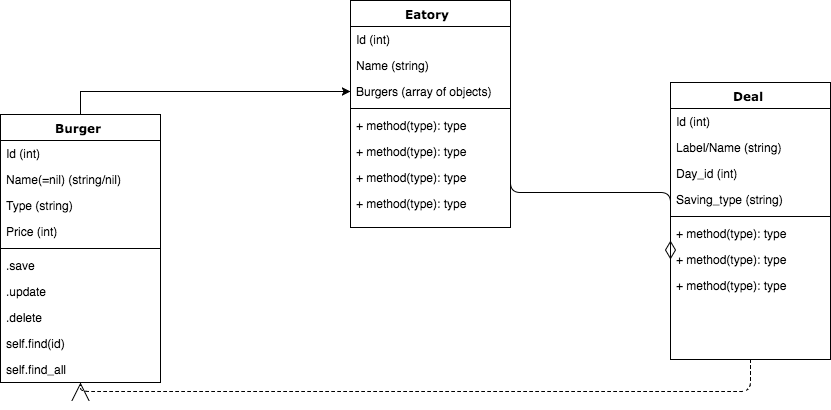
Earlier version of the draw.io export planning/class_diagram_burger_deals.png (dinhosang/cc_project_1_burger_deals). Source tidied: cells renumbered, new cells last; positions are measured from the earlier drawing's top-left corner, leaving out a move shared by most shapes. The source it was exported from:
```xml
<mxGraphModel background="#ffffff">
  <root>
    <mxCell id="0" />
    <mxCell id="1" parent="0" />
    <mxCell id="2" value="Eatory" style="swimlane;html=1;fontStyle=1;align=center;verticalAlign=top;horizontal=1;startSize=26;swimlaneFillColor=#ffffff;rounded=0;shadow=0;comic=0;labelBackgroundColor=none;strokeColor=#000000;strokeWidth=1;fillColor=none;fontFamily=Verdana;fontSize=12;fontColor=#000000;" parent="1" vertex="1">
      <mxGeometry x="350" width="160" height="227" as="geometry" />
    </mxCell>
    <mxCell id="3" value="Id (int)" style="text;html=1;strokeColor=none;fillColor=none;align=left;verticalAlign=top;spacingLeft=4;spacingRight=4;whiteSpace=wrap;overflow=hidden;" parent="2" vertex="1">
      <mxGeometry y="26" width="160" height="26" as="geometry" />
    </mxCell>
    <mxCell id="4" value="Name (string)" style="text;html=1;strokeColor=none;fillColor=none;align=left;verticalAlign=top;spacingLeft=4;spacingRight=4;whiteSpace=wrap;overflow=hidden;" parent="2" vertex="1">
      <mxGeometry y="52" width="160" height="26" as="geometry" />
    </mxCell>
    <mxCell id="5" value="Burgers (array of objects)" style="text;html=1;strokeColor=none;fillColor=none;align=left;verticalAlign=top;spacingLeft=4;spacingRight=4;whiteSpace=wrap;overflow=hidden;points=[[0,0.5],[1,0.5]];portConstraint=eastwest;" parent="2" vertex="1">
      <mxGeometry y="78" width="160" height="26" as="geometry" />
    </mxCell>
    <mxCell id="6" style="line;html=1;strokeWidth=1;fillColor=none;align=left;verticalAlign=middle;spacingTop=-1;spacingLeft=3;spacingRight=3;labelPosition=right;" parent="2" vertex="1">
      <mxGeometry y="104" width="160" height="8" as="geometry" />
    </mxCell>
    <mxCell id="7" value="+ method(type): type" style="text;html=1;strokeColor=none;fillColor=none;align=left;verticalAlign=top;spacingLeft=4;spacingRight=4;whiteSpace=wrap;overflow=hidden;points=[[0,0.5],[1,0.5]];portConstraint=eastwest;" parent="2" vertex="1">
      <mxGeometry y="112" width="160" height="26" as="geometry" />
    </mxCell>
    <mxCell id="8" value="+ method(type): type" style="text;html=1;strokeColor=none;fillColor=none;align=left;verticalAlign=top;spacingLeft=4;spacingRight=4;whiteSpace=wrap;overflow=hidden;" parent="2" vertex="1">
      <mxGeometry y="138" width="160" height="26" as="geometry" />
    </mxCell>
    <mxCell id="9" value="+ method(type): type" style="text;html=1;strokeColor=none;fillColor=none;align=left;verticalAlign=top;spacingLeft=4;spacingRight=4;whiteSpace=wrap;overflow=hidden;" parent="2" vertex="1">
      <mxGeometry y="164" width="160" height="26" as="geometry" />
    </mxCell>
    <mxCell id="10" value="+ method(type): type" style="text;html=1;strokeColor=none;fillColor=none;align=left;verticalAlign=top;spacingLeft=4;spacingRight=4;whiteSpace=wrap;overflow=hidden;" parent="2" vertex="1">
      <mxGeometry y="190" width="160" height="26" as="geometry" />
    </mxCell>
    <mxCell id="11" style="edgeStyle=elbowEdgeStyle;html=1;labelBackgroundColor=none;startFill=0;startSize=8;endArrow=open;endFill=0;endSize=16;fontFamily=Verdana;fontSize=12;elbow=vertical;dashed=1;" parent="1" edge="1" source="12" target="22">
      <mxGeometry relative="1" as="geometry">
        <Array as="points">
          <mxPoint x="580" y="391" />
        </Array>
      </mxGeometry>
    </mxCell>
    <mxCell id="12" value="Deal" style="swimlane;html=1;fontStyle=1;align=center;verticalAlign=top;horizontal=1;startSize=26;swimlaneFillColor=#ffffff;rounded=0;shadow=0;comic=0;labelBackgroundColor=none;strokeColor=#000000;strokeWidth=1;fillColor=none;fontFamily=Verdana;fontSize=12;fontColor=#000000;" parent="1" vertex="1">
      <mxGeometry x="670" y="82" width="160" height="277" as="geometry" />
    </mxCell>
    <mxCell id="13" value="Id (int)" style="text;html=1;strokeColor=none;fillColor=none;align=left;verticalAlign=top;spacingLeft=4;spacingRight=4;whiteSpace=wrap;overflow=hidden;" parent="12" vertex="1">
      <mxGeometry y="26" width="160" height="26" as="geometry" />
    </mxCell>
    <mxCell id="14" value="Label/Name (string)" style="text;html=1;strokeColor=none;fillColor=none;align=left;verticalAlign=top;spacingLeft=4;spacingRight=4;whiteSpace=wrap;overflow=hidden;" parent="12" vertex="1">
      <mxGeometry y="52" width="160" height="26" as="geometry" />
    </mxCell>
    <mxCell id="15" value="Day_id (int)" style="text;html=1;strokeColor=none;fillColor=none;align=left;verticalAlign=top;spacingLeft=4;spacingRight=4;whiteSpace=wrap;overflow=hidden;" parent="12" vertex="1">
      <mxGeometry y="78" width="160" height="26" as="geometry" />
    </mxCell>
    <mxCell id="16" value="Saving_type (string)" style="text;html=1;strokeColor=none;fillColor=none;align=left;verticalAlign=top;spacingLeft=4;spacingRight=4;whiteSpace=wrap;overflow=hidden;" parent="12" vertex="1">
      <mxGeometry y="104" width="160" height="26" as="geometry" />
    </mxCell>
    <mxCell id="17" style="line;html=1;strokeWidth=1;fillColor=none;align=left;verticalAlign=middle;spacingTop=-1;spacingLeft=3;spacingRight=3;labelPosition=right;" parent="12" vertex="1">
      <mxGeometry y="130" width="160" height="8" as="geometry" />
    </mxCell>
    <mxCell id="18" value="+ method(type): type" style="text;html=1;strokeColor=none;fillColor=none;align=left;verticalAlign=top;spacingLeft=4;spacingRight=4;whiteSpace=wrap;overflow=hidden;" parent="12" vertex="1">
      <mxGeometry y="138" width="160" height="26" as="geometry" />
    </mxCell>
    <mxCell id="19" value="+ method(type): type" style="text;html=1;strokeColor=none;fillColor=none;align=left;verticalAlign=top;spacingLeft=4;spacingRight=4;whiteSpace=wrap;overflow=hidden;points=[[0,0.5],[1,0.5]];portConstraint=eastwest;" parent="12" vertex="1">
      <mxGeometry y="164" width="160" height="26" as="geometry" />
    </mxCell>
    <mxCell id="20" value="+ method(type): type" style="text;html=1;strokeColor=none;fillColor=none;align=left;verticalAlign=top;spacingLeft=4;spacingRight=4;whiteSpace=wrap;overflow=hidden;" parent="12" vertex="1">
      <mxGeometry y="190" width="160" height="26" as="geometry" />
    </mxCell>
    <mxCell id="21" style="edgeStyle=orthogonalEdgeStyle;rounded=0;html=1;entryX=0;entryY=0.5;jettySize=auto;exitX=0.5;exitY=0;" parent="1" edge="1" source="22" target="5">
      <mxGeometry relative="1" as="geometry">
        <Array as="points">
          <mxPoint x="90" y="91" />
          <mxPoint x="260" y="91" />
          <mxPoint x="260" y="95" />
        </Array>
      </mxGeometry>
    </mxCell>
    <mxCell id="22" value="Burger" style="swimlane;html=1;fontStyle=1;align=center;verticalAlign=top;horizontal=1;startSize=26;swimlaneFillColor=#ffffff;rounded=0;shadow=0;comic=0;labelBackgroundColor=none;strokeColor=#000000;strokeWidth=1;fillColor=none;fontFamily=Verdana;fontSize=12;fontColor=#000000;" parent="1" vertex="1">
      <mxGeometry y="114" width="160" height="268" as="geometry" />
    </mxCell>
    <mxCell id="23" value="Id (int)" style="text;html=1;strokeColor=none;fillColor=none;align=left;verticalAlign=top;spacingLeft=4;spacingRight=4;whiteSpace=wrap;overflow=hidden;" parent="22" vertex="1">
      <mxGeometry y="26" width="160" height="26" as="geometry" />
    </mxCell>
    <mxCell id="24" value="Name(=nil) (string/nil)" style="text;html=1;strokeColor=none;fillColor=none;align=left;verticalAlign=top;spacingLeft=4;spacingRight=4;whiteSpace=wrap;overflow=hidden;" parent="22" vertex="1">
      <mxGeometry y="52" width="160" height="26" as="geometry" />
    </mxCell>
    <mxCell id="25" value="Type (string)" style="text;html=1;strokeColor=none;fillColor=none;align=left;verticalAlign=top;spacingLeft=4;spacingRight=4;whiteSpace=wrap;overflow=hidden;" parent="22" vertex="1">
      <mxGeometry y="78" width="160" height="26" as="geometry" />
    </mxCell>
    <mxCell id="26" value="Price (int)" style="text;html=1;strokeColor=none;fillColor=none;align=left;verticalAlign=top;spacingLeft=4;spacingRight=4;whiteSpace=wrap;overflow=hidden;points=[[0,0.5],[1,0.5]];portConstraint=eastwest;" parent="22" vertex="1">
      <mxGeometry y="104" width="160" height="26" as="geometry" />
    </mxCell>
    <mxCell id="27" style="line;html=1;strokeWidth=1;fillColor=none;align=left;verticalAlign=middle;spacingTop=-1;spacingLeft=3;spacingRight=3;labelPosition=right;" parent="22" vertex="1">
      <mxGeometry y="130" width="160" height="8" as="geometry" />
    </mxCell>
    <mxCell id="28" value=".save" style="text;html=1;strokeColor=none;fillColor=none;align=left;verticalAlign=top;spacingLeft=4;spacingRight=4;whiteSpace=wrap;overflow=hidden;" parent="22" vertex="1">
      <mxGeometry y="138" width="160" height="26" as="geometry" />
    </mxCell>
    <mxCell id="29" value=".update" style="text;html=1;strokeColor=none;fillColor=none;align=left;verticalAlign=top;spacingLeft=4;spacingRight=4;whiteSpace=wrap;overflow=hidden;" parent="22" vertex="1">
      <mxGeometry y="164" width="160" height="26" as="geometry" />
    </mxCell>
    <mxCell id="30" value=".delete" style="text;html=1;strokeColor=none;fillColor=none;align=left;verticalAlign=top;spacingLeft=4;spacingRight=4;whiteSpace=wrap;overflow=hidden;" parent="22" vertex="1">
      <mxGeometry y="190" width="160" height="26" as="geometry" />
    </mxCell>
    <mxCell id="31" value="self.find(id)" style="text;html=1;strokeColor=none;fillColor=none;align=left;verticalAlign=top;spacingLeft=4;spacingRight=4;whiteSpace=wrap;overflow=hidden;" parent="22" vertex="1">
      <mxGeometry y="216" width="160" height="26" as="geometry" />
    </mxCell>
    <mxCell id="32" value="self.find_all" style="text;html=1;strokeColor=none;fillColor=none;align=left;verticalAlign=top;spacingLeft=4;spacingRight=4;whiteSpace=wrap;overflow=hidden;" parent="22" vertex="1">
      <mxGeometry y="242" width="160" height="26" as="geometry" />
    </mxCell>
    <mxCell id="33" style="edgeStyle=elbowEdgeStyle;html=1;labelBackgroundColor=none;startFill=0;startSize=8;endArrow=diamondThin;endFill=0;endSize=16;fontFamily=Verdana;fontSize=12;elbow=vertical;entryX=0;entryY=0.5;exitX=1;exitY=0.5;" parent="1" edge="1" source="7" target="19">
      <mxGeometry relative="1" as="geometry" />
    </mxCell>
  </root>
</mxGraphModel>
```
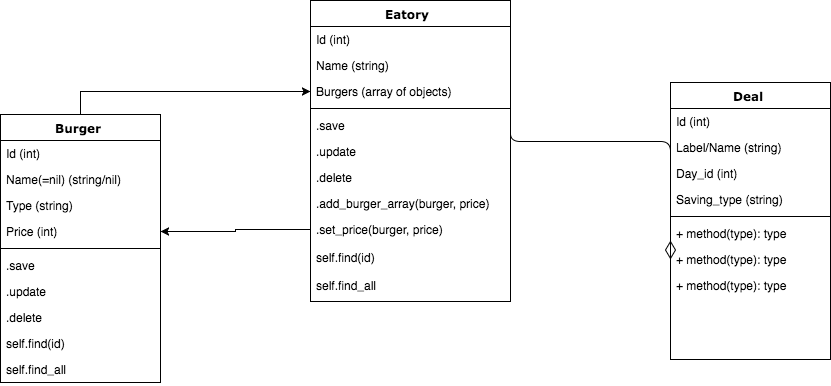
The same file after the commit.

What changed in the source:
```diff
@@ -3,39 +3,32 @@
     <mxCell id="0" />
     <mxCell id="1" parent="0" />
     <mxCell id="2" value="Eatory" style="swimlane;html=1;fontStyle=1;align=center;verticalAlign=top;horizontal=1;startSize=26;swimlaneFillColor=#ffffff;rounded=0;shadow=0;comic=0;labelBackgroundColor=none;strokeColor=#000000;strokeWidth=1;fillColor=none;fontFamily=Verdana;fontSize=12;fontColor=#000000;" parent="1" vertex="1">
-      <mxGeometry x="350" width="160" height="227" as="geometry" />
+      <mxGeometry x="310" width="200" height="301" as="geometry" />
     </mxCell>
     <mxCell id="3" value="Id (int)" style="text;html=1;strokeColor=none;fillColor=none;align=left;verticalAlign=top;spacingLeft=4;spacingRight=4;whiteSpace=wrap;overflow=hidden;" parent="2" vertex="1">
-      <mxGeometry y="26" width="160" height="26" as="geometry" />
+      <mxGeometry y="26" width="200" height="26" as="geometry" />
     </mxCell>
     <mxCell id="4" value="Name (string)" style="text;html=1;strokeColor=none;fillColor=none;align=left;verticalAlign=top;spacingLeft=4;spacingRight=4;whiteSpace=wrap;overflow=hidden;" parent="2" vertex="1">
-      <mxGeometry y="52" width="160" height="26" as="geometry" />
+      <mxGeometry y="52" width="200" height="26" as="geometry" />
     </mxCell>
     <mxCell id="5" value="Burgers (array of objects)" style="text;html=1;strokeColor=none;fillColor=none;align=left;verticalAlign=top;spacingLeft=4;spacingRight=4;whiteSpace=wrap;overflow=hidden;points=[[0,0.5],[1,0.5]];portConstraint=eastwest;" parent="2" vertex="1">
-      <mxGeometry y="78" width="160" height="26" as="geometry" />
+      <mxGeometry y="78" width="200" height="26" as="geometry" />
     </mxCell>
     <mxCell id="6" style="line;html=1;strokeWidth=1;fillColor=none;align=left;verticalAlign=middle;spacingTop=-1;spacingLeft=3;spacingRight=3;labelPosition=right;" parent="2" vertex="1">
-      <mxGeometry y="104" width="160" height="8" as="geometry" />
+      <mxGeometry y="104" width="200" height="8" as="geometry" />
     </mxCell>
-    <mxCell id="7" value="+ method(type): type" style="text;html=1;strokeColor=none;fillColor=none;align=left;verticalAlign=top;spacingLeft=4;spacingRight=4;whiteSpace=wrap;overflow=hidden;points=[[0,0.5],[1,0.5]];portConstraint=eastwest;" parent="2" vertex="1">
-      <mxGeometry y="112" width="160" height="26" as="geometry" />
+    <mxCell id="7" value=".save" style="text;html=1;strokeColor=none;fillColor=none;align=left;verticalAlign=top;spacingLeft=4;spacingRight=4;whiteSpace=wrap;overflow=hidden;points=[[0,0.5],[1,0.5]];portConstraint=eastwest;" parent="2" vertex="1">
+      <mxGeometry y="112" width="200" height="26" as="geometry" />
     </mxCell>
-    <mxCell id="8" value="+ method(type): type" style="text;html=1;strokeColor=none;fillColor=none;align=left;verticalAlign=top;spacingLeft=4;spacingRight=4;whiteSpace=wrap;overflow=hidden;" parent="2" vertex="1">
-      <mxGeometry y="138" width="160" height="26" as="geometry" />
+    <mxCell id="8" value=".update" style="text;html=1;strokeColor=none;fillColor=none;align=left;verticalAlign=top;spacingLeft=4;spacingRight=4;whiteSpace=wrap;overflow=hidden;" parent="2" vertex="1">
+      <mxGeometry y="138" width="200" height="26" as="geometry" />
     </mxCell>
-    <mxCell id="9" value="+ method(type): type" style="text;html=1;strokeColor=none;fillColor=none;align=left;verticalAlign=top;spacingLeft=4;spacingRight=4;whiteSpace=wrap;overflow=hidden;" parent="2" vertex="1">
-      <mxGeometry y="164" width="160" height="26" as="geometry" />
+    <mxCell id="9" value=".delete" style="text;html=1;strokeColor=none;fillColor=none;align=left;verticalAlign=top;spacingLeft=4;spacingRight=4;whiteSpace=wrap;overflow=hidden;" parent="2" vertex="1">
+      <mxGeometry y="164" width="200" height="26" as="geometry" />
     </mxCell>
-    <mxCell id="10" value="+ method(type): type" style="text;html=1;strokeColor=none;fillColor=none;align=left;verticalAlign=top;spacingLeft=4;spacingRight=4;whiteSpace=wrap;overflow=hidden;" parent="2" vertex="1">
-      <mxGeometry y="190" width="160" height="26" as="geometry" />
+    <mxCell id="10" value=".add_burger_array(burger, price)" style="text;html=1;strokeColor=none;fillColor=none;align=left;verticalAlign=top;spacingLeft=4;spacingRight=4;whiteSpace=wrap;overflow=hidden;" parent="2" vertex="1">
+      <mxGeometry y="190" width="200" height="26" as="geometry" />
     </mxCell>
-    <mxCell id="11" style="edgeStyle=elbowEdgeStyle;html=1;labelBackgroundColor=none;startFill=0;startSize=8;endArrow=open;endFill=0;endSize=16;fontFamily=Verdana;fontSize=12;elbow=vertical;dashed=1;" parent="1" edge="1" source="12" target="22">
-      <mxGeometry relative="1" as="geometry">
-        <Array as="points">
-          <mxPoint x="580" y="391" />
-        </Array>
-      </mxGeometry>
-    </mxCell>
     <mxCell id="12" value="Deal" style="swimlane;html=1;fontStyle=1;align=center;verticalAlign=top;horizontal=1;startSize=26;swimlaneFillColor=#ffffff;rounded=0;shadow=0;comic=0;labelBackgroundColor=none;strokeColor=#000000;strokeWidth=1;fillColor=none;fontFamily=Verdana;fontSize=12;fontColor=#000000;" parent="1" vertex="1">
       <mxGeometry x="670" y="82" width="160" height="277" as="geometry" />
     </mxCell>
@@ -106,7 +99,23 @@
       <mxGeometry y="242" width="160" height="26" as="geometry" />
     </mxCell>
     <mxCell id="33" style="edgeStyle=elbowEdgeStyle;html=1;labelBackgroundColor=none;startFill=0;startSize=8;endArrow=diamondThin;endFill=0;endSize=16;fontFamily=Verdana;fontSize=12;elbow=vertical;entryX=0;entryY=0.5;exitX=1;exitY=0.5;" parent="1" edge="1" source="7" target="19">
-      <mxGeometry relative="1" as="geometry" />
+      <mxGeometry relative="1" as="geometry">
+        <Array as="points">
+          <mxPoint x="530" y="141" />
+        </Array>
+      </mxGeometry>
     </mxCell>
+    <mxCell id="34" style="edgeStyle=orthogonalEdgeStyle;rounded=0;html=1;exitX=0;exitY=0.5;entryX=1;entryY=0.5;jettySize=auto;" parent="1" edge="1" source="35" target="26">
+      <mxGeometry relative="1" as="geometry" />
+    </mxCell>
+    <mxCell id="35" value=".set_price(burger, price)" style="text;html=1;strokeColor=none;fillColor=none;align=left;verticalAlign=top;spacingLeft=4;spacingRight=4;whiteSpace=wrap;overflow=hidden;points=[[0,0.5],[1,0.5]];portConstraint=eastwest;" parent="1" vertex="1">
+      <mxGeometry x="310" y="216" width="200" height="26" as="geometry" />
+    </mxCell>
+    <mxCell id="36" value="self.find(id)" style="text;html=1;strokeColor=none;fillColor=none;align=left;verticalAlign=top;spacingLeft=4;spacingRight=4;whiteSpace=wrap;overflow=hidden;" parent="1" vertex="1">
+      <mxGeometry x="310" y="244" width="200" height="26" as="geometry" />
+    </mxCell>
+    <mxCell id="37" value="self.find_all" style="text;html=1;strokeColor=none;fillColor=none;align=left;verticalAlign=top;spacingLeft=4;spacingRight=4;whiteSpace=wrap;overflow=hidden;" parent="1" vertex="1">
+      <mxGeometry x="310" y="272" width="200" height="26" as="geometry" />
+    </mxCell>
   </root>
 </mxGraphModel>
```
